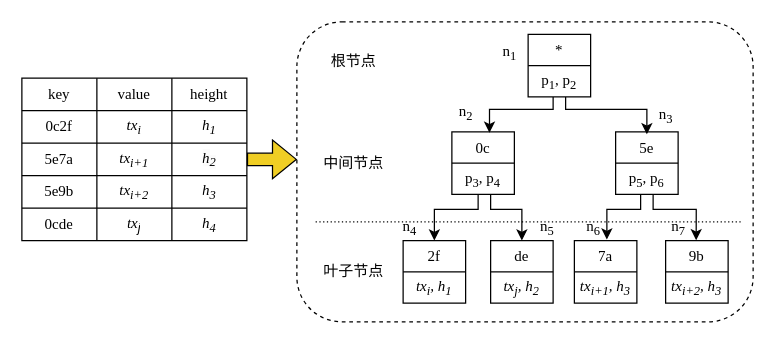
This is page "3.3" (5 of 21) of 未命名绘图.drawio from jue73/7339, a draw.io file, before an edit. Source tidied: cells renumbered, new cells numbered last; positions are measured from the earlier drawing's top-left corner, leaving out a move shared by most shapes. Both pictures are drawn from the tidied source at 125%, with x=0, y=0 at pixel (21, 21).
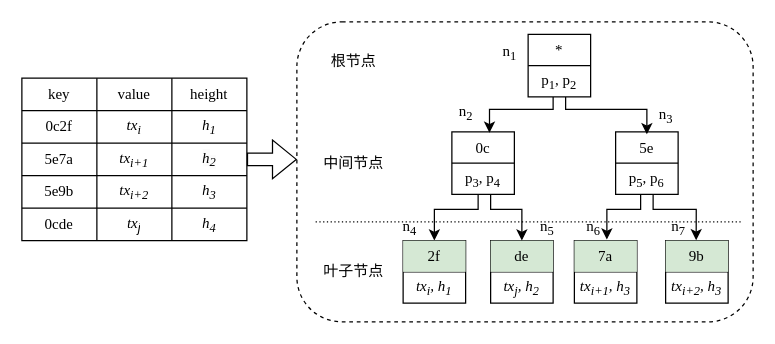
The same diagram, later.

The change refers to these unchanged cells:
```xml
<mxCell id="46" style="shape=tableRow;horizontal=0;startSize=0;swimlaneHead=0;swimlaneBody=0;strokeColor=inherit;top=0;left=0;bottom=0;right=0;fillColor=none;" parent="45" vertex="1">
  <mxGeometry width="50" height="25" as="geometry" />
</mxCell>
<mxCell id="51" style="shape=tableRow;horizontal=0;startSize=0;swimlaneHead=0;swimlaneBody=0;strokeColor=inherit;top=0;left=0;bottom=0;right=0;fillColor=none;" parent="50" vertex="1">
  <mxGeometry width="50" height="25" as="geometry" />
</mxCell>
<mxCell id="56" style="shape=tableRow;horizontal=0;startSize=0;swimlaneHead=0;swimlaneBody=0;strokeColor=inherit;top=0;left=0;bottom=0;right=0;fillColor=none;points=[[0,0.5],[1,0.5]];portConstraint=eastwest;" parent="55" vertex="1">
  <mxGeometry width="50" height="25" as="geometry" />
</mxCell>
<mxCell id="61" style="shape=tableRow;horizontal=0;startSize=0;swimlaneHead=0;swimlaneBody=0;strokeColor=inherit;top=0;left=0;bottom=0;right=0;fillColor=none;points=[[0,0.5],[1,0.5]];portConstraint=eastwest;" parent="60" vertex="1">
  <mxGeometry width="50" height="25" as="geometry" />
</mxCell>
```

What changed in the source:
```diff
@@
-    <mxCell id="28" style="shape=flexArrow;endArrow=classic;html=1;rounded=0;fontFamily=Helvetica;fontSize=12;fontColor=default;fillColor=#f0ce24;" parent="1" edge="1">
+    <mxCell id="28" style="shape=flexArrow;endArrow=classic;html=1;rounded=0;fontFamily=Helvetica;fontSize=12;fontColor=default;fillColor=none;" parent="1" edge="1">
       <mxGeometry relative="1" as="geometry">
         <mxPoint x="180" y="110" as="sourcePoint" />
         <mxPoint x="220" y="110" as="targetPoint" />
       </mxGeometry>
     </mxCell>
@@
-    <mxCell id="47" value="&lt;font face=&quot;Times New Roman&quot;&gt;2f&lt;/font&gt;" style="shape=partialRectangle;html=1;whiteSpace=wrap;strokeColor=inherit;overflow=hidden;fillColor=none;top=0;left=0;bottom=0;right=0;" parent="46" vertex="1">
+    <mxCell id="47" value="&lt;font face=&quot;Times New Roman&quot;&gt;2f&lt;/font&gt;" style="shape=partialRectangle;html=1;whiteSpace=wrap;strokeColor=#82b366;overflow=hidden;fillColor=#d5e8d4;top=0;left=0;bottom=0;right=0;" parent="46" vertex="1">
       <mxGeometry width="50" height="25" as="geometry" />
     </mxCell>
@@
-    <mxCell id="52" value="&lt;font face=&quot;Times New Roman&quot;&gt;de&lt;/font&gt;" style="shape=partialRectangle;html=1;whiteSpace=wrap;strokeColor=inherit;overflow=hidden;fillColor=none;top=0;left=0;bottom=0;right=0;" parent="51" vertex="1">
+    <mxCell id="52" value="&lt;font face=&quot;Times New Roman&quot;&gt;de&lt;/font&gt;" style="shape=partialRectangle;html=1;whiteSpace=wrap;strokeColor=#82b366;overflow=hidden;fillColor=#d5e8d4;top=0;left=0;bottom=0;right=0;" parent="51" vertex="1">
       <mxGeometry width="50" height="25" as="geometry" />
     </mxCell>
@@
-    <mxCell id="57" value="&lt;font face=&quot;Times New Roman&quot;&gt;7a&lt;/font&gt;" style="shape=partialRectangle;html=1;whiteSpace=wrap;strokeColor=inherit;overflow=hidden;fillColor=none;top=0;left=0;bottom=0;right=0;" parent="56" vertex="1">
+    <mxCell id="57" value="&lt;font face=&quot;Times New Roman&quot;&gt;7a&lt;/font&gt;" style="shape=partialRectangle;html=1;whiteSpace=wrap;strokeColor=#82b366;overflow=hidden;fillColor=#d5e8d4;top=0;left=0;bottom=0;right=0;" parent="56" vertex="1">
       <mxGeometry width="50" height="25" as="geometry" />
     </mxCell>
@@
-    <mxCell id="62" value="&lt;font face=&quot;Times New Roman&quot;&gt;9b&lt;/font&gt;" style="shape=partialRectangle;html=1;whiteSpace=wrap;strokeColor=inherit;overflow=hidden;fillColor=none;top=0;left=0;bottom=0;right=0;" parent="61" vertex="1">
+    <mxCell id="62" value="&lt;font face=&quot;Times New Roman&quot;&gt;9b&lt;/font&gt;" style="shape=partialRectangle;html=1;whiteSpace=wrap;strokeColor=#82b366;overflow=hidden;fillColor=#d5e8d4;top=0;left=0;bottom=0;right=0;" parent="61" vertex="1">
       <mxGeometry width="50" height="25" as="geometry" />
     </mxCell>
```
